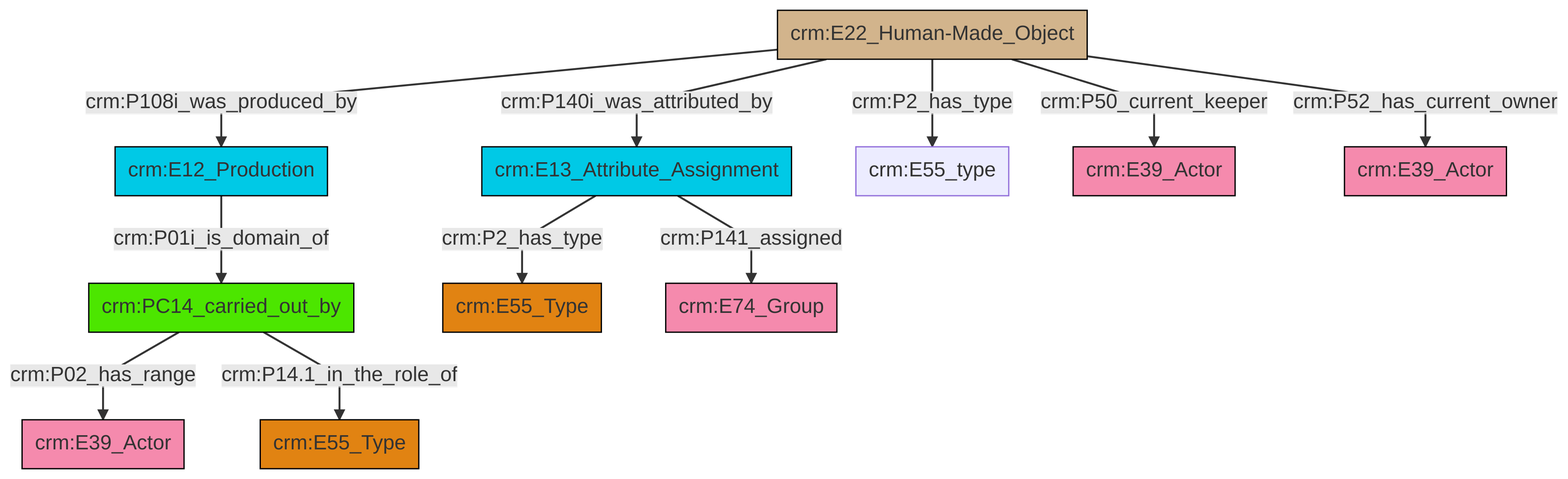
Earlier version of the Mermaid export et/artworkCSV/ttl/mmd/png/Artwork_Actor_Relations.png (swiss-art-research-net/reference-data-models). Its source is kept beside it as et/artworkCSV/ttl/mmd/Artwork_Actor_Relations.ttl.mmd.
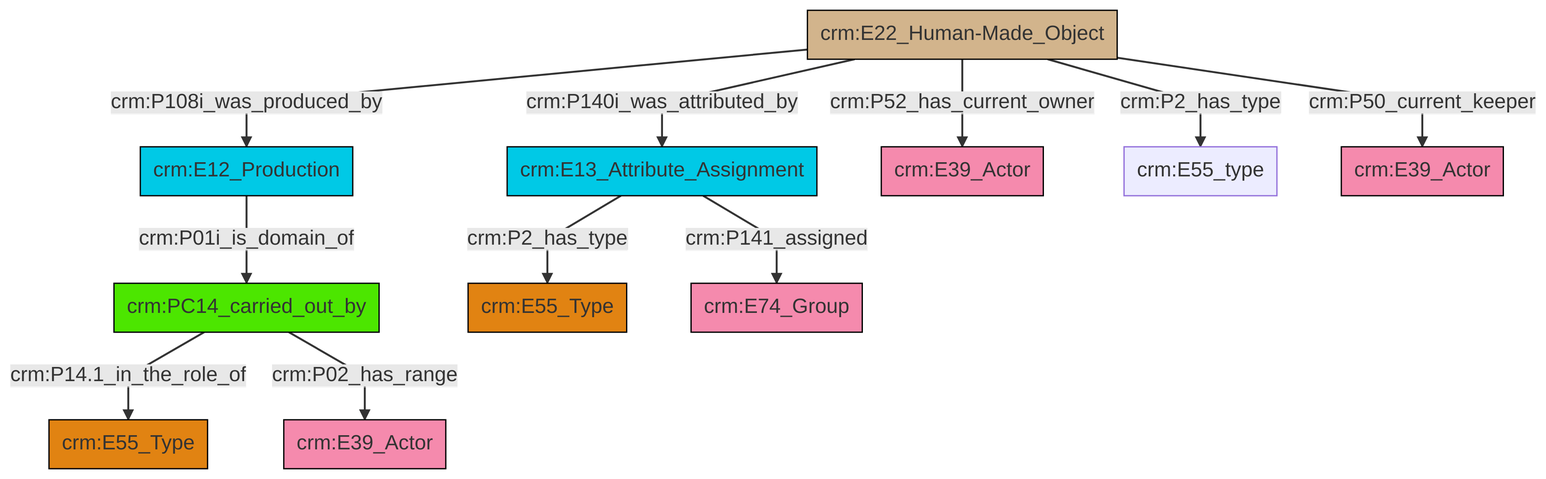
The same diagram one commit later.

The edit, as a diff of the source:
```diff
@@ -13,13 +13,13 @@
 classDef PC_Classes fill:#4ce600, stroke:#000000;
 classDef Multi fill:#cccccc,stroke:#000000;
 
-0["crm:E12_Production"]:::Temporal_Entity -->|crm:P01i_is_domain_of| 1["crm:PC14_carried_out_by"]:::PC_Classes
-2["crm:E22_Human-Made_Object"]:::Physical_Thing -->|crm:P140i_was_attributed_by| 3["crm:E13_Attribute_Assignment"]:::Temporal_Entity
-3["crm:E13_Attribute_Assignment"]:::Temporal_Entity -->|crm:P2_has_type| 6["crm:E55_Type"]:::Type
-1["crm:PC14_carried_out_by"]:::PC_Classes -->|crm:P02_has_range| 7["crm:E39_Actor"]:::Actor
-1["crm:PC14_carried_out_by"]:::PC_Classes -->|crm:P14.1_in_the_role_of| 13["crm:E55_Type"]:::Type
-2["crm:E22_Human-Made_Object"]:::Physical_Thing -->|crm:P108i_was_produced_by| 0["crm:E12_Production"]:::Temporal_Entity
-2["crm:E22_Human-Made_Object"]:::Physical_Thing -->|crm:P2_has_type| 4["crm:E55_type"]:::Default
-3["crm:E13_Attribute_Assignment"]:::Temporal_Entity -->|crm:P141_assigned| 8["crm:E74_Group"]:::Actor
-2["crm:E22_Human-Made_Object"]:::Physical_Thing -->|crm:P50_current_keeper| 11["crm:E39_Actor"]:::Actor
-2["crm:E22_Human-Made_Object"]:::Physical_Thing -->|crm:P52_has_current_owner| 17["crm:E39_Actor"]:::Actor
+4["crm:E22_Human-Made_Object"]:::Physical_Thing -->|crm:P108i_was_produced_by| 5["crm:E12_Production"]:::Temporal_Entity
+5["crm:E12_Production"]:::Temporal_Entity -->|crm:P01i_is_domain_of| 6["crm:PC14_carried_out_by"]:::PC_Classes
+12["crm:E13_Attribute_Assignment"]:::Temporal_Entity -->|crm:P2_has_type| 0["crm:E55_Type"]:::Type
+4["crm:E22_Human-Made_Object"]:::Physical_Thing -->|crm:P140i_was_attributed_by| 12["crm:E13_Attribute_Assignment"]:::Temporal_Entity
+4["crm:E22_Human-Made_Object"]:::Physical_Thing -->|crm:P52_has_current_owner| 2["crm:E39_Actor"]:::Actor
+12["crm:E13_Attribute_Assignment"]:::Temporal_Entity -->|crm:P141_assigned| 15["crm:E74_Group"]:::Actor
+4["crm:E22_Human-Made_Object"]:::Physical_Thing -->|crm:P2_has_type| 20["crm:E55_type"]:::Default
+6["crm:PC14_carried_out_by"]:::PC_Classes -->|crm:P14.1_in_the_role_of| 7["crm:E55_Type"]:::Type
+4["crm:E22_Human-Made_Object"]:::Physical_Thing -->|crm:P50_current_keeper| 17["crm:E39_Actor"]:::Actor
+6["crm:PC14_carried_out_by"]:::PC_Classes -->|crm:P02_has_range| 10["crm:E39_Actor"]:::Actor
```
